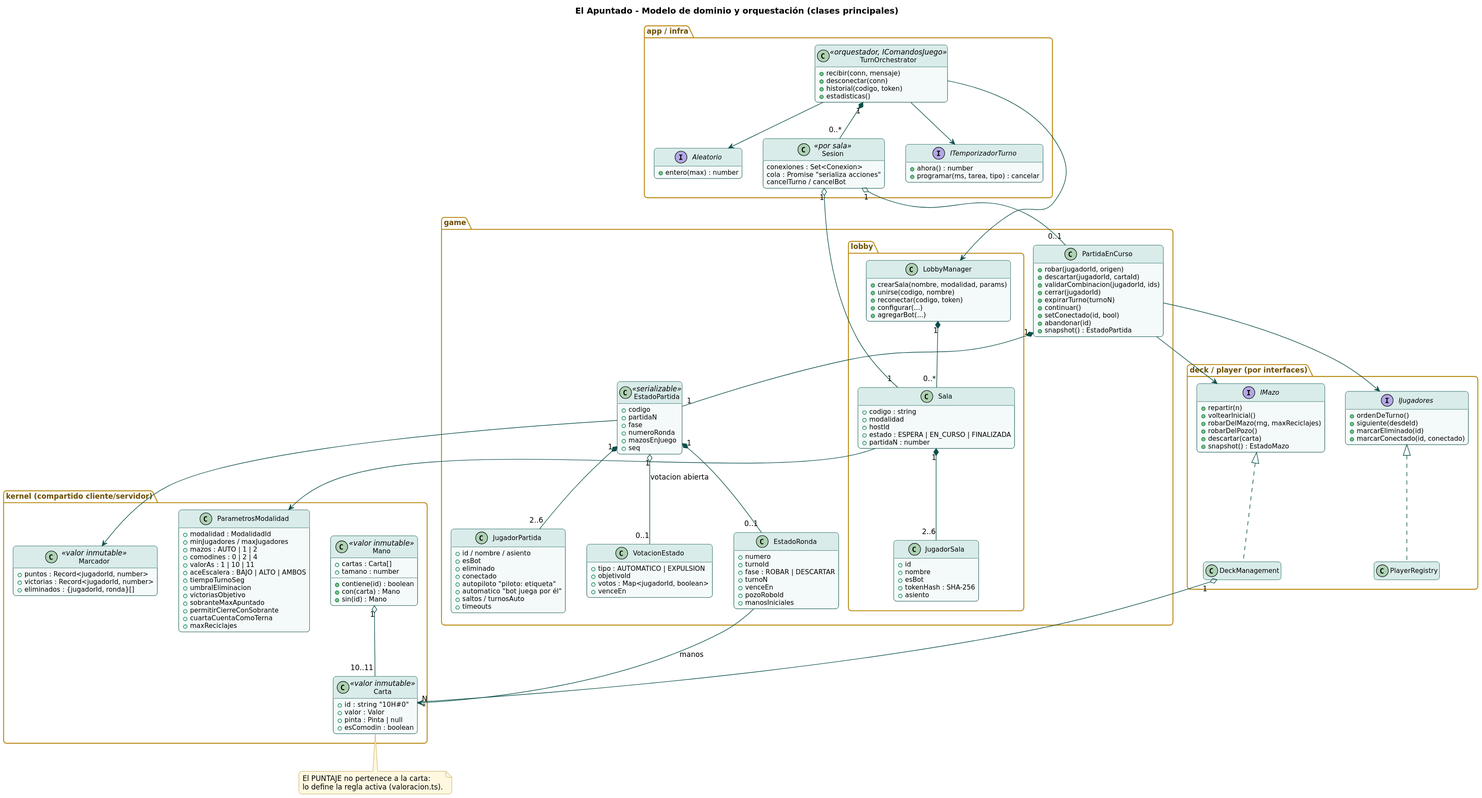
Earlier version of the PlantUML export docs/uml/render/03_clases_dominio.svg (ValentinaLujan12/FAS-Entregable02).
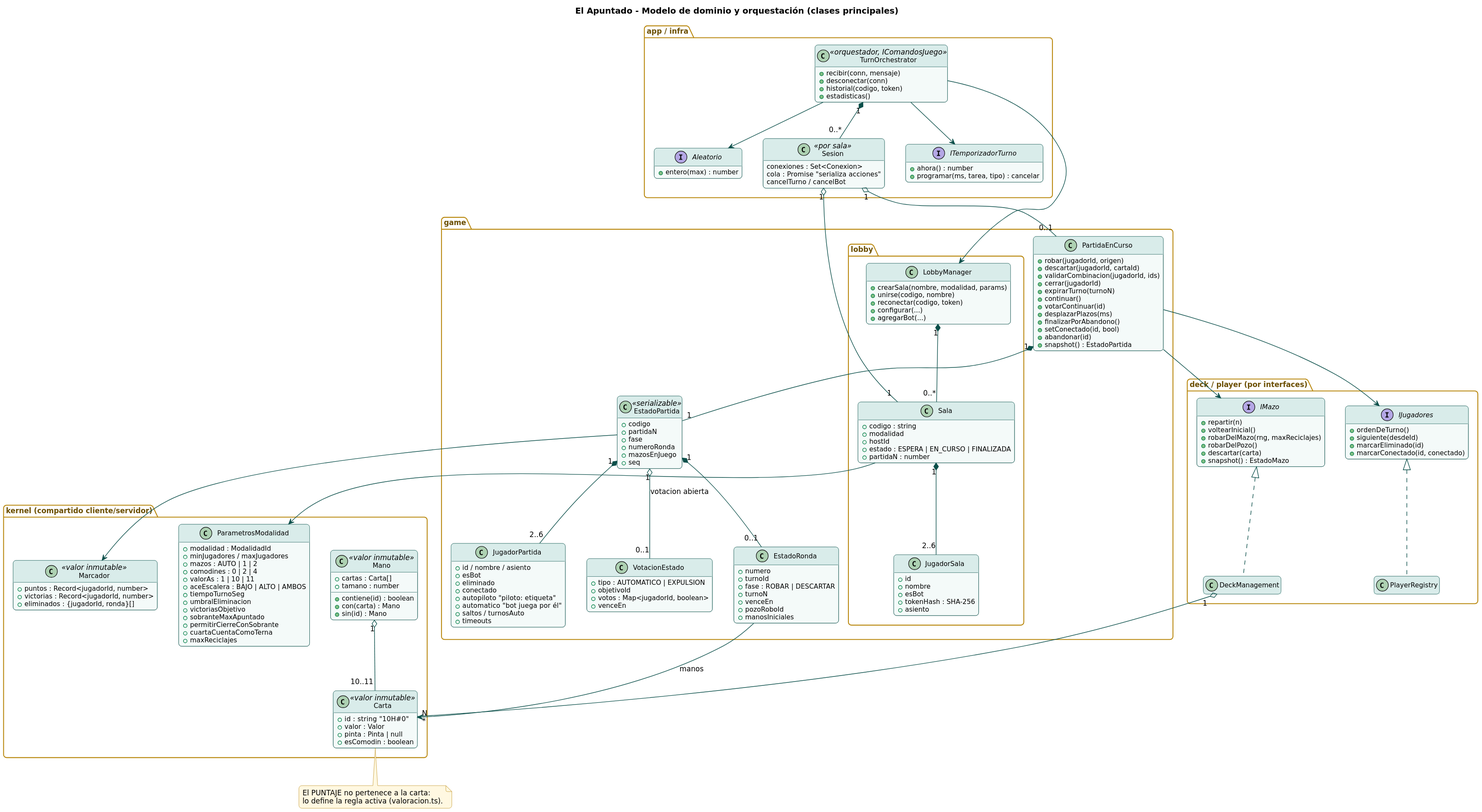
The same diagram one commit later.

Change to the diagram source:
```diff
@@ -71,6 +71,9 @@
     +cerrar(jugadorId)
     +expirarTurno(turnoN)
     +continuar()
+    +votarContinuar(id)
+    +desplazarPlazos(ms)
+    +finalizarPorAbandono()
     +setConectado(id, bool)
     +abandonar(id)
     +snapshot() : EstadoPartida
```
